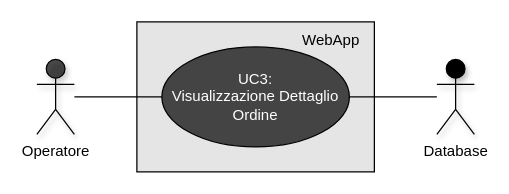
The draw.io diagram page "UC3-Visua-Dett-Ordine" (3 of 9) of src/assets/DrawIO/Use Case.drawio in swenightpro/Documentazione, before the edit. Source tidied: cells renumbered, new cells numbered last; positions are measured from the earlier drawing's top-left corner, leaving out a move shared by most shapes. Both pictures are drawn from the tidied source at 125%, with x=0, y=0 at pixel (36, 21).
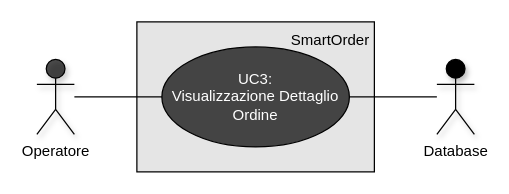
The same diagram, later.

The edit, as a diff of the source:
```diff
@@
 <mxGraphModel>
   <root>
     <mxCell id="0" />
     <mxCell id="1" parent="0" />
     <mxCell id="2" value="Operatore" style="shape=umlActor;verticalLabelPosition=bottom;verticalAlign=top;html=1;outlineConnect=0;gradientColor=light-dark(#FF4CFF,#FF70FF);fillColor=light-dark(#1100ff, #ededed);fillOpacity=70;shadow=1;" parent="1" vertex="1">
       <mxGeometry y="30" width="30" height="60" as="geometry" />
     </mxCell>
     <mxCell id="3" style="rounded=0;whiteSpace=wrap;html=1;strokeColor=default;align=center;verticalAlign=top;fontFamily=Helvetica;fontSize=12;fontColor=default;fillColor=light-dark(#1100ff, #ededed);gradientColor=light-dark(#FF4CFF,#FF70FF);fillOpacity=10;shadow=0;glass=0;" parent="1" vertex="1">
       <mxGeometry x="80" width="190" height="120" as="geometry" />
     </mxCell>
     <mxCell id="4" style="edgeStyle=orthogonalEdgeStyle;rounded=0;jettySize=auto;html=1;fontFamily=Helvetica;fontSize=12;fontColor=default;endArrow=none;endFill=0;" parent="1" edge="1" source="6" target="2">
       <mxGeometry relative="1" as="geometry" />
     </mxCell>
     <mxCell id="5" style="edgeStyle=orthogonalEdgeStyle;rounded=0;jettySize=auto;html=1;exitX=1;exitY=0.5;exitDx=0;exitDy=0;fontFamily=Helvetica;fontSize=12;fontColor=default;endArrow=none;endFill=0;" parent="1" edge="1" source="6" target="8">
       <mxGeometry relative="1" as="geometry" />
     </mxCell>
     <mxCell id="6" value="&lt;div&gt;&lt;div&gt;&lt;span style=&quot;color: light-dark(rgb(255, 255, 255), rgb(18, 18, 18)); background-color: transparent;&quot;&gt;UC3:&lt;/span&gt;&lt;/div&gt;&lt;div&gt;&lt;font style=&quot;color: rgb(255, 255, 255);&quot;&gt;Visualizzazione Dettaglio Ordine&lt;/font&gt;&lt;/div&gt;&lt;/div&gt;" style="ellipse;whiteSpace=wrap;html=1;strokeColor=default;align=center;verticalAlign=middle;fontFamily=Helvetica;fontSize=12;fontColor=default;fillColor=light-dark(#1100ff, #ededed);gradientColor=light-dark(#FF4CFF,#FF70FF);fillOpacity=70;shadow=0;portConstraint=none;" parent="1" vertex="1">
       <mxGeometry x="100" y="20" width="150" height="80" as="geometry" />
     </mxCell>
-    <mxCell id="7" value="WebApp" style="text;html=1;align=center;verticalAlign=middle;strokeColor=none;fillColor=none;fontFamily=Helvetica;fontSize=12;fontColor=default;" parent="1" vertex="1">
-      <mxGeometry x="200" width="70" height="30" as="geometry" />
-    </mxCell>
     <mxCell id="8" value="Database" style="shape=umlActor;verticalLabelPosition=bottom;verticalAlign=top;html=1;outlineConnect=0;shadow=1;strokeColor=default;align=center;fontFamily=Helvetica;fontSize=12;fontColor=default;fillColor=light-dark(#1100ff, #ededed);gradientColor=light-dark(#FF4CFF,#FF70FF);" parent="1" vertex="1">
       <mxGeometry x="320" y="30" width="30" height="60" as="geometry" />
     </mxCell>
+    <mxCell id="9" value="SmartOrder" style="text;html=1;whiteSpace=wrap;strokeColor=none;fillColor=none;align=center;verticalAlign=middle;rounded=0;" parent="1" vertex="1">
+      <mxGeometry x="200" width="70" height="30" as="geometry" />
+    </mxCell>
   </root>
 </mxGraphModel>
```
